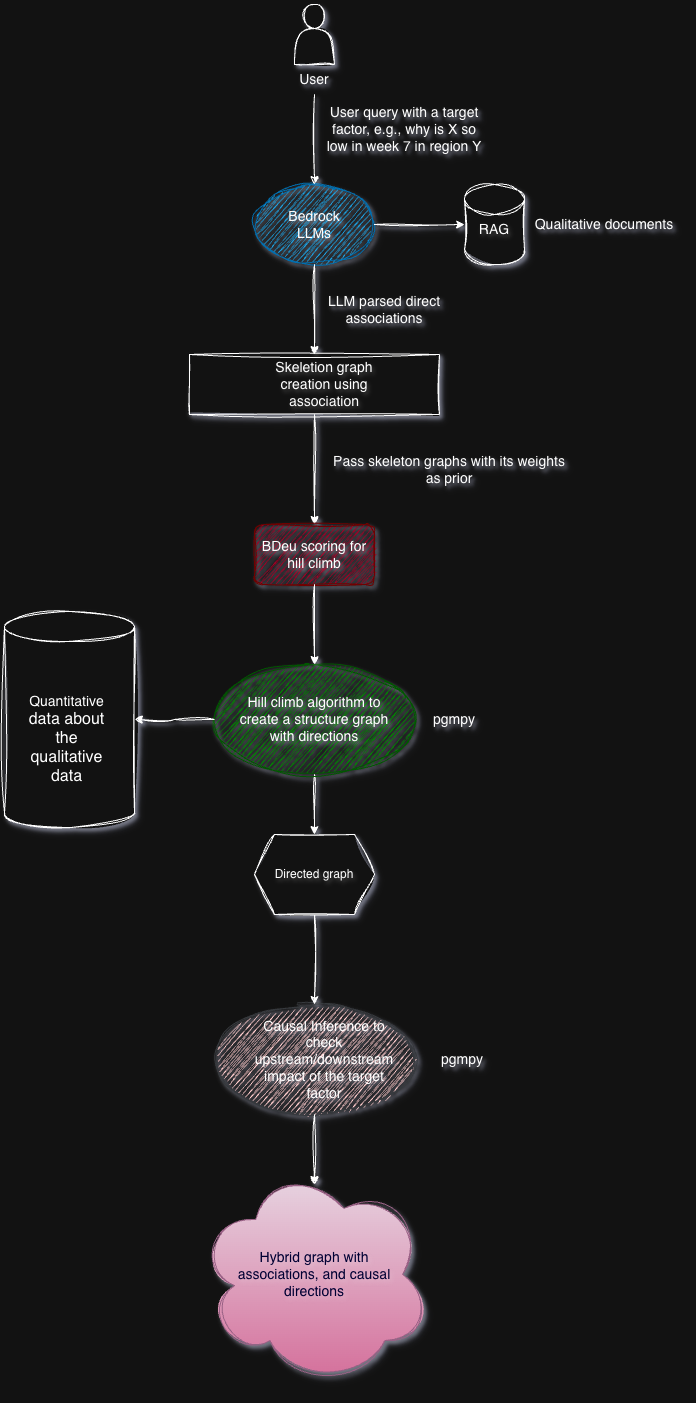
The draw.io diagram docs/causalif_flow_arch.png in awslabs/causalif, before a commit. Source tidied: cells renumbered, new cells last; positions are measured from the earlier drawing's top-left corner, leaving out a move shared by most shapes.
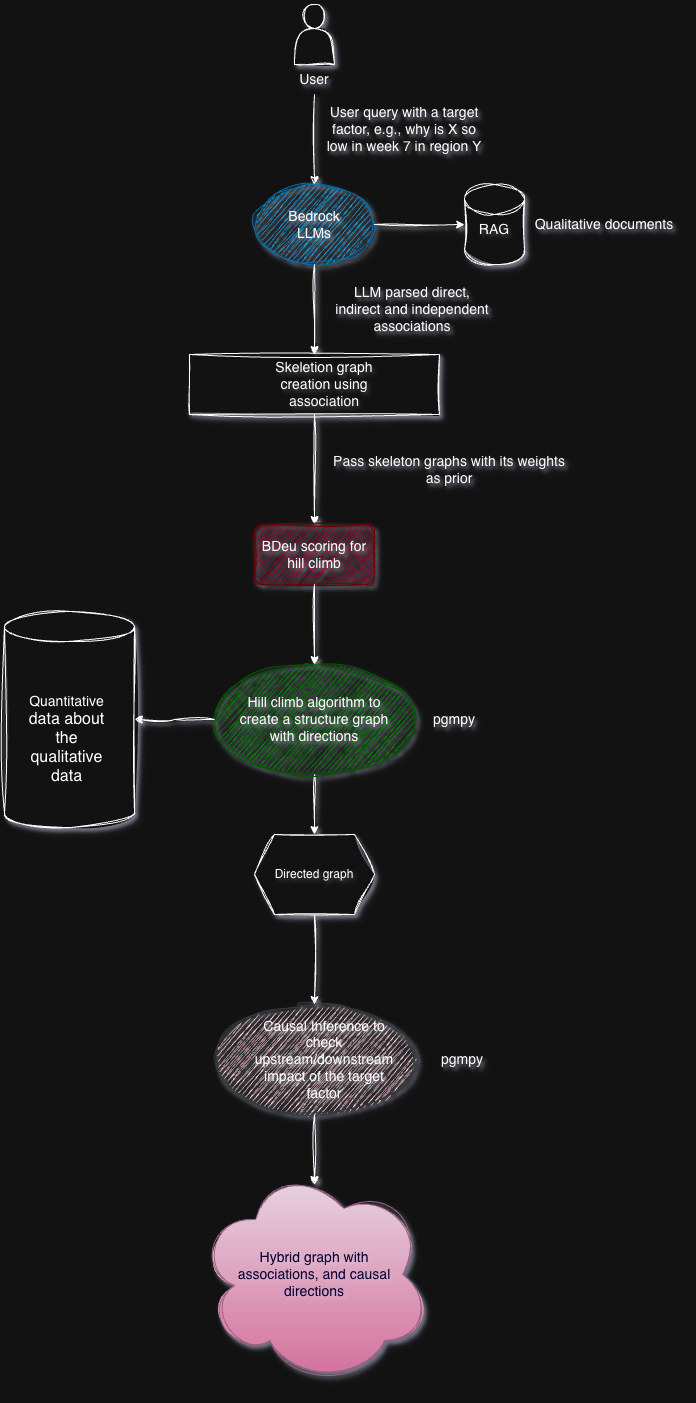
Later version of the same file.

Change to the diagram source:
```diff
@@ -39,8 +39,8 @@
     <mxCell id="12" value="&lt;font style=&quot;font-size: 14px;&quot;&gt;Bedrock LLMs&lt;/font&gt;" style="text;html=1;whiteSpace=wrap;strokeColor=none;fillColor=none;align=center;verticalAlign=middle;rounded=0;textShadow=1;sketch=1;curveFitting=1;jiggle=2;shadow=1;" parent="1" vertex="1">
       <mxGeometry x="280" y="205" width="60" height="30" as="geometry" />
     </mxCell>
-    <mxCell id="13" value="&lt;font style=&quot;font-size: 14px;&quot;&gt;LLM parsed direct associations&lt;/font&gt;" style="text;html=1;whiteSpace=wrap;strokeColor=none;fillColor=none;align=center;verticalAlign=middle;rounded=0;textShadow=1;sketch=1;curveFitting=1;jiggle=2;shadow=1;" parent="1" vertex="1">
-      <mxGeometry x="300" y="290" width="160" height="30" as="geometry" />
+    <mxCell id="13" value="&lt;font style=&quot;font-size: 14px;&quot;&gt;LLM parsed direct, indirect and independent associations&lt;/font&gt;" style="text;html=1;whiteSpace=wrap;strokeColor=none;fillColor=none;align=center;verticalAlign=middle;rounded=0;textShadow=1;sketch=1;curveFitting=1;jiggle=2;shadow=1;" parent="1" vertex="1">
+      <mxGeometry x="327.5" y="290" width="160" height="30" as="geometry" />
     </mxCell>
     <mxCell id="14" style="edgeStyle=orthogonalEdgeStyle;rounded=0;jettySize=auto;html=1;entryX=0.5;entryY=0;entryDx=0;entryDy=0;textShadow=1;sketch=1;curveFitting=1;jiggle=2;shadow=1;" parent="1" edge="1" source="6" target="15">
       <mxGeometry relative="1" as="geometry" />
```
